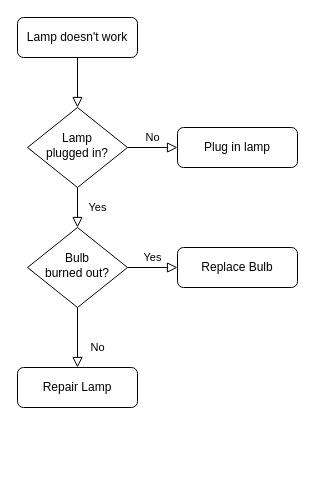
Earlier version of the draw.io diagram Diagrama sem nome.drawio (andreknapik/andreknapik). Source tidied: cells renumbered, new cells numbered last; positions are measured from the earlier drawing's top-left corner, leaving out a move shared by most shapes. Both pictures are drawn from the tidied source at 100%, with x=0, y=0 at pixel (17, 17).
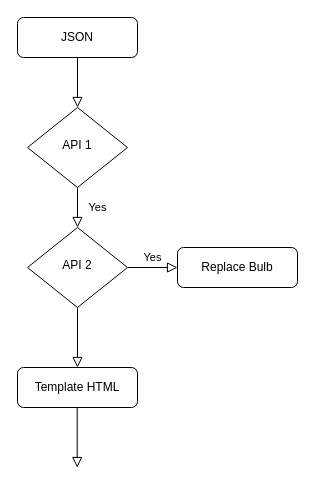
After the change.

Change to the diagram source:
```diff
@@
 <mxGraphModel>
   <root>
     <mxCell id="0" />
     <mxCell id="1" parent="0" />
     <mxCell id="2" style="rounded=0;html=1;jettySize=auto;fontSize=11;endArrow=block;endFill=0;endSize=8;strokeWidth=1;shadow=0;labelBackgroundColor=none;edgeStyle=orthogonalEdgeStyle;" parent="1" edge="1" source="3" target="6">
       <mxGeometry relative="1" as="geometry" />
     </mxCell>
-    <mxCell id="3" value="Lamp doesn't work" style="rounded=1;whiteSpace=wrap;html=1;fontSize=12;glass=0;strokeWidth=1;shadow=0;" parent="1" vertex="1">
+    <mxCell id="3" value="JSON" style="rounded=1;whiteSpace=wrap;html=1;fontSize=12;glass=0;strokeWidth=1;shadow=0;" parent="1" vertex="1">
       <mxGeometry width="120" height="40" as="geometry" />
     </mxCell>
     <mxCell id="4" value="Yes" style="rounded=0;html=1;jettySize=auto;fontSize=11;endArrow=block;endFill=0;endSize=8;strokeWidth=1;shadow=0;labelBackgroundColor=none;edgeStyle=orthogonalEdgeStyle;" parent="1" edge="1" source="6" target="10">
       <mxGeometry y="20" relative="1" as="geometry" />
     </mxCell>
-    <mxCell id="5" value="No" style="edgeStyle=orthogonalEdgeStyle;rounded=0;html=1;jettySize=auto;fontSize=11;endArrow=block;endFill=0;endSize=8;strokeWidth=1;shadow=0;labelBackgroundColor=none;" parent="1" edge="1" source="6" target="7">
-      <mxGeometry y="10" relative="1" as="geometry" />
-    </mxCell>
-    <mxCell id="6" value="Lamp&lt;br&gt;plugged in?" style="rhombus;whiteSpace=wrap;html=1;shadow=0;fontFamily=Helvetica;fontSize=12;align=center;strokeWidth=1;spacing=6;spacingTop=-4;" parent="1" vertex="1">
+    <mxCell id="6" value="API 1" style="rhombus;whiteSpace=wrap;html=1;shadow=0;fontFamily=Helvetica;fontSize=12;align=center;strokeWidth=1;spacing=6;spacingTop=-4;" parent="1" vertex="1">
       <mxGeometry x="10" y="90" width="100" height="80" as="geometry" />
     </mxCell>
-    <mxCell id="7" value="Plug in lamp" style="rounded=1;whiteSpace=wrap;html=1;fontSize=12;glass=0;strokeWidth=1;shadow=0;" parent="1" vertex="1">
-      <mxGeometry x="160" y="110" width="120" height="40" as="geometry" />
-    </mxCell>
-    <mxCell id="8" value="No" style="rounded=0;html=1;jettySize=auto;fontSize=11;endArrow=block;endFill=0;endSize=8;strokeWidth=1;shadow=0;labelBackgroundColor=none;edgeStyle=orthogonalEdgeStyle;" parent="1" edge="1" source="10" target="11">
+    <mxCell id="8" style="rounded=0;html=1;jettySize=auto;fontSize=11;endArrow=block;endFill=0;endSize=8;strokeWidth=1;shadow=0;labelBackgroundColor=none;edgeStyle=orthogonalEdgeStyle;" parent="1" edge="1" source="10" target="11">
       <mxGeometry x="0.33" y="20" relative="1" as="geometry" />
     </mxCell>
     <mxCell id="9" value="Yes" style="edgeStyle=orthogonalEdgeStyle;rounded=0;html=1;jettySize=auto;fontSize=11;endArrow=block;endFill=0;endSize=8;strokeWidth=1;shadow=0;labelBackgroundColor=none;" parent="1" edge="1" source="10" target="12">
       <mxGeometry y="10" relative="1" as="geometry" />
     </mxCell>
-    <mxCell id="10" value="Bulb&lt;br&gt;burned out?" style="rhombus;whiteSpace=wrap;html=1;shadow=0;fontFamily=Helvetica;fontSize=12;align=center;strokeWidth=1;spacing=6;spacingTop=-4;" parent="1" vertex="1">
+    <mxCell id="10" value="API 2" style="rhombus;whiteSpace=wrap;html=1;shadow=0;fontFamily=Helvetica;fontSize=12;align=center;strokeWidth=1;spacing=6;spacingTop=-4;" parent="1" vertex="1">
       <mxGeometry x="10" y="210" width="100" height="80" as="geometry" />
     </mxCell>
-    <mxCell id="11" value="Repair Lamp" style="rounded=1;whiteSpace=wrap;html=1;fontSize=12;glass=0;strokeWidth=1;shadow=0;" parent="1" vertex="1">
+    <mxCell id="11" value="Template HTML" style="rounded=1;whiteSpace=wrap;html=1;fontSize=12;glass=0;strokeWidth=1;shadow=0;" parent="1" vertex="1">
       <mxGeometry y="350" width="120" height="40" as="geometry" />
     </mxCell>
     <mxCell id="12" value="Replace Bulb" style="rounded=1;whiteSpace=wrap;html=1;fontSize=12;glass=0;strokeWidth=1;shadow=0;" parent="1" vertex="1">
       <mxGeometry x="160" y="230" width="120" height="40" as="geometry" />
     </mxCell>
+    <mxCell id="13" style="rounded=0;html=1;jettySize=auto;orthogonalLoop=1;fontSize=11;endArrow=block;endFill=0;endSize=8;strokeWidth=1;shadow=0;labelBackgroundColor=none;edgeStyle=orthogonalEdgeStyle;" parent="1" edge="1">
+      <mxGeometry x="0.33" y="20" relative="1" as="geometry">
+        <mxPoint x="59.7" y="390" as="sourcePoint" />
+        <mxPoint x="59.7" y="450" as="targetPoint" />
+      </mxGeometry>
+    </mxCell>
   </root>
 </mxGraphModel>
```
